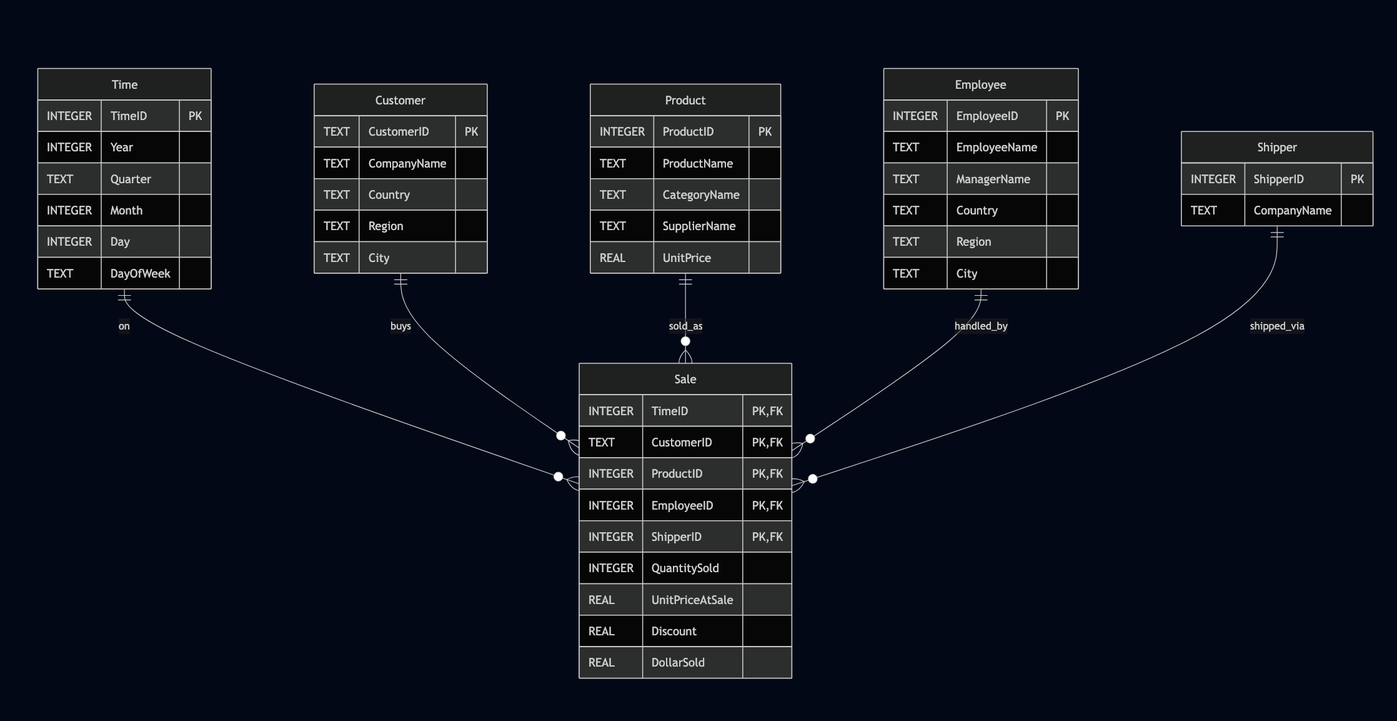
Above: week09/nw-star.png in noct15/businfo702 (Mermaid), before the change. Its source is kept beside it as week09/nw-star.mmd. The source it was exported from:
```mermaid
erDiagram
  Time {
    INTEGER TimeID PK
    INTEGER Year
    TEXT Quarter
    INTEGER Month
    INTEGER Day
    TEXT DayOfWeek
  }

  Customer {
    TEXT CustomerID PK
    TEXT CompanyName
    TEXT Country
    TEXT Region
    TEXT City
  }

  Product {
    INTEGER ProductID PK
    TEXT ProductName
    TEXT CategoryName
    TEXT SupplierName
    REAL UnitPrice
  }

  Employee {
    INTEGER EmployeeID PK
    TEXT EmployeeName
    TEXT ManagerName
    TEXT Country
    TEXT Region
    TEXT City
  }

  Shipper {
    INTEGER ShipperID PK
    TEXT CompanyName
  }

  Sale {
    INTEGER TimeID PK,FK
    TEXT    CustomerID PK,FK
    INTEGER ProductID PK,FK
    INTEGER EmployeeID PK,FK
    INTEGER ShipperID PK,FK

    INTEGER QuantitySold
    REAL    UnitPriceAtSale
    REAL    Discount
    REAL    DollarSold
  }

  Time     ||--o{ Sale : "on"
  Customer ||--o{ Sale : "buys"
  Product  ||--o{ Sale : "sold_as"
  Employee ||--o{ Sale : "handled_by"
  Shipper  ||--o{ Sale : "shipped_via"
```
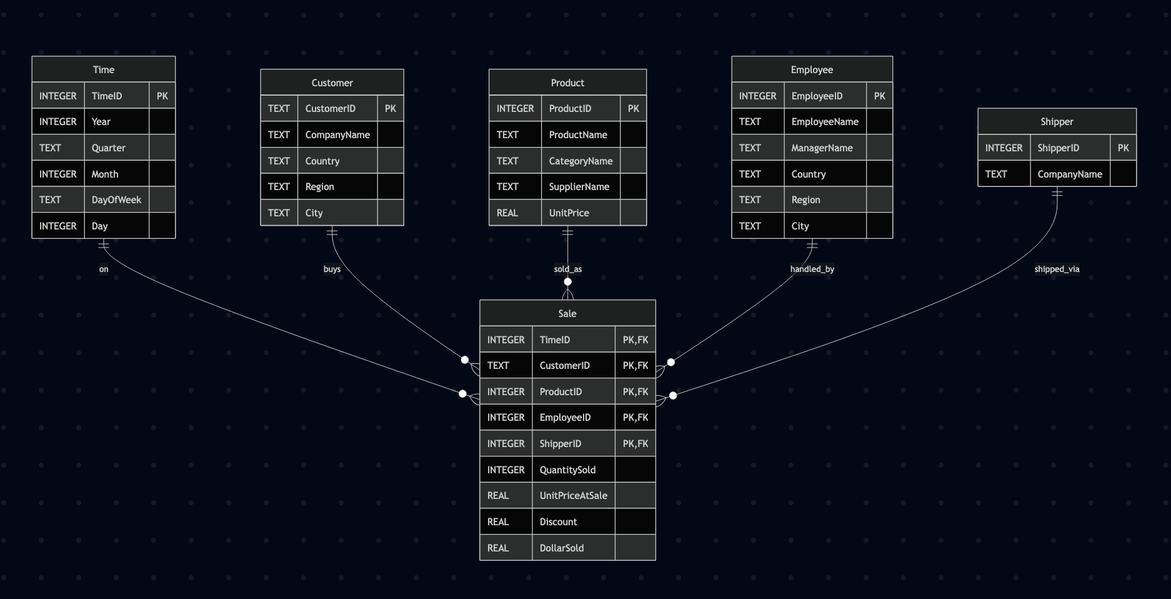
After the commit.

What changed in the source:
```diff
@@ -4,8 +4,8 @@
     INTEGER Year
     TEXT Quarter
     INTEGER Month
+    TEXT DayOfWeek
     INTEGER Day
-    TEXT DayOfWeek
   }
 
   Customer {
```
